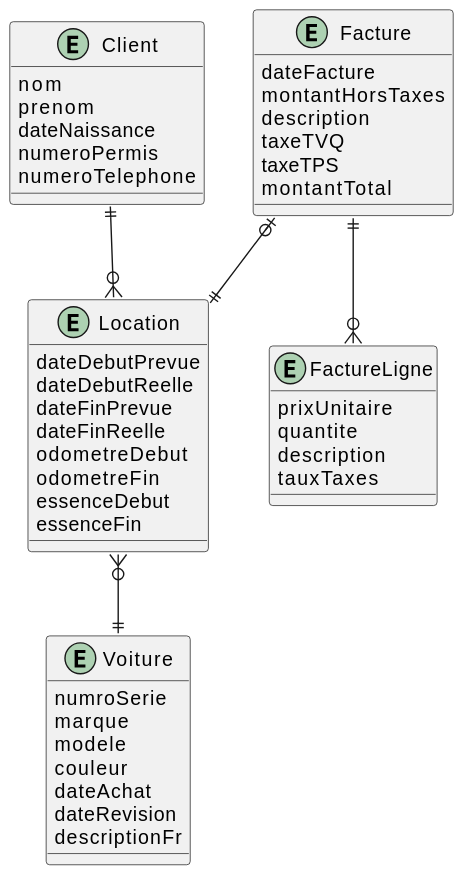
Earlier version of the PlantUML export images/ERD/car_reservation/erd_car_reservation_logique.svg (rparadiscsfoy/420-W34-SF-TP02).
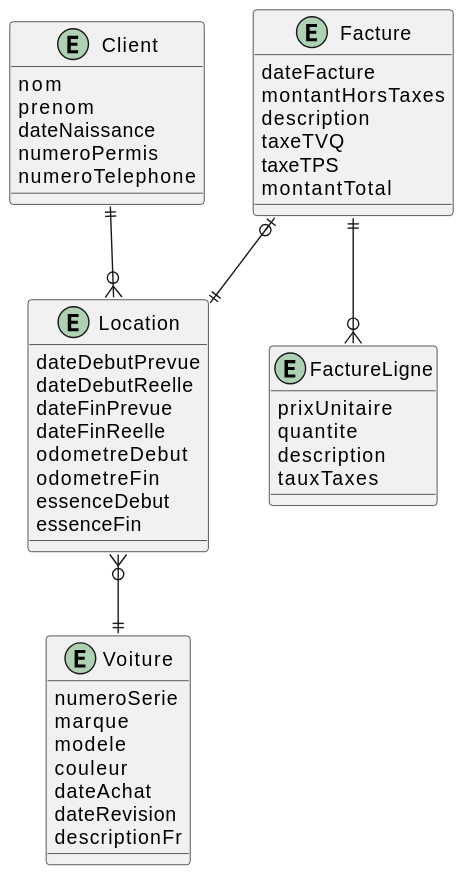
After the commit.

Diff of the diagram source:
```diff
@@ -1,7 +1,7 @@
 @startuml erd_car_reservation_logique
 
 entity Voiture {
-    numroSerie
+    numeroSerie
     marque
     modele
     couleur
```
